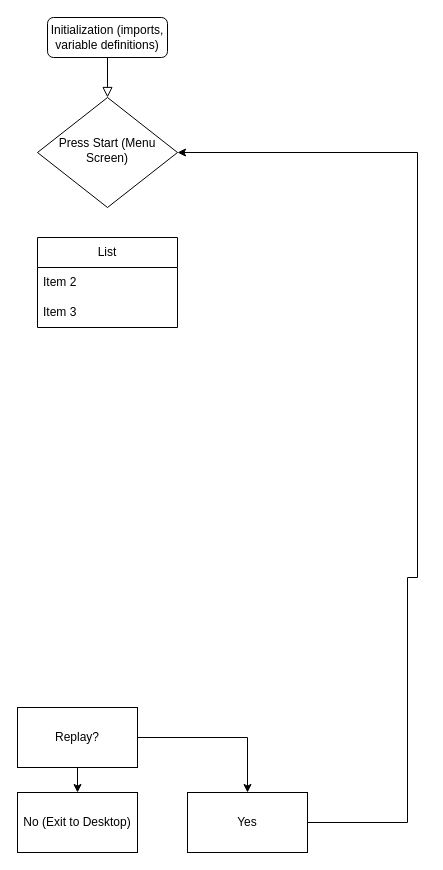
The draw.io diagram .idea/Hell's Kitchen.drawio in benski08/HellsKitchen, before the edit. Source tidied: cells renumbered, new cells numbered last; positions are measured from the earlier drawing's top-left corner, leaving out a move shared by most shapes. Both pictures are drawn from the tidied source at 100%, with x=0, y=0 at pixel (17, 17).
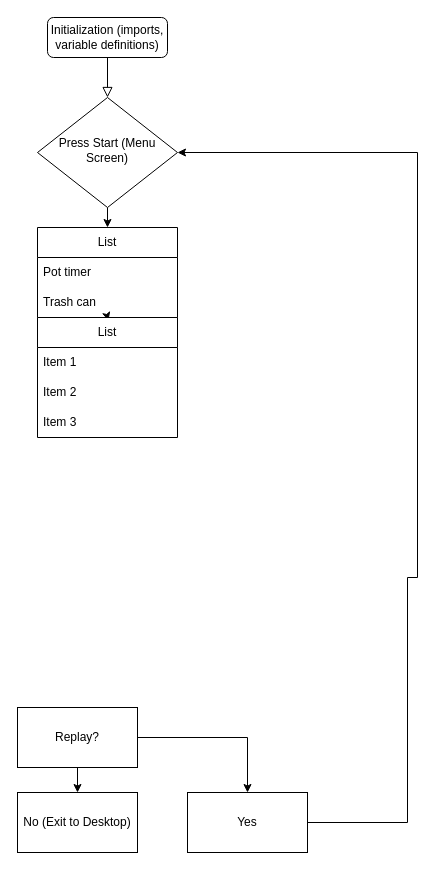
Above is the later version.

Commit message (it also covers changes not shown here):
Mettre à jour Hell's Kitchen.drawio

Unchanged cells that the change refers to:
```xml
<mxCell id="4" value="Press Start (Menu Screen)" style="rhombus;whiteSpace=wrap;html=1;shadow=0;fontFamily=Helvetica;fontSize=12;align=center;strokeWidth=1;spacing=6;spacingTop=-4;" parent="1" vertex="1">
  <mxGeometry x="20" y="80" width="140" height="110" as="geometry" />
</mxCell>
```

The edit, as a diff of the source:
```diff
@@
+    <mxCell id="14" style="edgeStyle=orthogonalEdgeStyle;rounded=0;jettySize=auto;html=1;exitX=0.5;exitY=1;exitDx=0;exitDy=0;entryX=0.5;entryY=0;entryDx=0;entryDy=0;" parent="1" edge="1" source="4" target="11">
+      <mxGeometry relative="1" as="geometry" />
+    </mxCell>
@@
     <mxCell id="11" value="List" style="swimlane;fontStyle=0;horizontal=1;startSize=30;whiteSpace=wrap;html=1;" parent="1" vertex="1">
-      <mxGeometry x="20" y="220" width="140" height="90" as="geometry" />
+      <mxGeometry x="20" y="210" width="140" height="90" as="geometry" />
     </mxCell>
-    <mxCell id="12" value="Item 2" style="text;strokeColor=none;fillColor=none;align=left;verticalAlign=middle;spacingLeft=4;spacingRight=4;overflow=hidden;whiteSpace=wrap;html=1;" parent="11" vertex="1">
+    <mxCell id="12" value="Pot timer" style="text;strokeColor=none;fillColor=none;align=left;verticalAlign=middle;spacingLeft=4;spacingRight=4;overflow=hidden;whiteSpace=wrap;html=1;" parent="11" vertex="1">
       <mxGeometry y="30" width="140" height="30" as="geometry" />
     </mxCell>
-    <mxCell id="13" value="Item 3" style="text;strokeColor=none;fillColor=none;align=left;verticalAlign=middle;spacingLeft=4;spacingRight=4;overflow=hidden;points=[[0,0.5],[1,0.5]];portConstraint=eastwest;whiteSpace=wrap;html=1;" parent="11" vertex="1">
+    <mxCell id="13" value="Trash can" style="text;strokeColor=none;fillColor=none;align=left;verticalAlign=middle;spacingLeft=4;spacingRight=4;overflow=hidden;points=[[0,0.5],[1,0.5]];portConstraint=eastwest;whiteSpace=wrap;html=1;" parent="11" vertex="1">
       <mxGeometry y="60" width="140" height="30" as="geometry" />
     </mxCell>
+    <mxCell id="15" style="edgeStyle=orthogonalEdgeStyle;rounded=0;jettySize=auto;html=1;exitX=0.5;exitY=1;exitDx=0;exitDy=0;entryX=0.506;entryY=1.104;entryDx=0;entryDy=0;entryPerimeter=0;" parent="11" edge="1" source="11" target="13">
+      <mxGeometry relative="1" as="geometry" />
+    </mxCell>
+    <mxCell id="16" value="List" style="swimlane;fontStyle=0;horizontal=1;startSize=30;whiteSpace=wrap;html=1;" parent="1" vertex="1">
+      <mxGeometry x="20" y="300" width="140" height="120" as="geometry" />
+    </mxCell>
+    <mxCell id="17" value="Item 1" style="text;strokeColor=none;fillColor=none;align=left;verticalAlign=middle;spacingLeft=4;spacingRight=4;overflow=hidden;whiteSpace=wrap;html=1;" parent="16" vertex="1">
+      <mxGeometry y="30" width="140" height="30" as="geometry" />
+    </mxCell>
+    <mxCell id="18" value="Item 2" style="text;strokeColor=none;fillColor=none;align=left;verticalAlign=middle;spacingLeft=4;spacingRight=4;overflow=hidden;whiteSpace=wrap;html=1;" parent="16" vertex="1">
+      <mxGeometry y="60" width="140" height="30" as="geometry" />
+    </mxCell>
+    <mxCell id="19" value="Item 3" style="text;strokeColor=none;fillColor=none;align=left;verticalAlign=middle;spacingLeft=4;spacingRight=4;overflow=hidden;whiteSpace=wrap;html=1;" parent="16" vertex="1">
+      <mxGeometry y="90" width="140" height="30" as="geometry" />
+    </mxCell>
```
